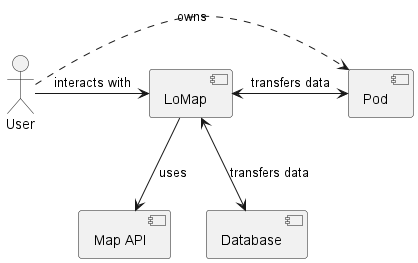
Above: images/level1.png in Arquisoft/lomap_es6b (PlantUML), before the change.
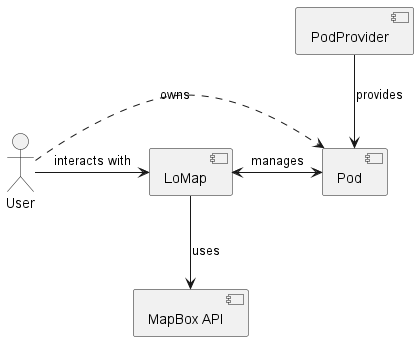
The same diagram one commit later.

Diff of the diagram source:
```diff
@@ -2,17 +2,18 @@
 Actor User
 Component LoMap
 Component Pod
-Component Map as "Map API"
-Component Database
+Component PodProvider
+
+Component MapBox as "MapBox API"
 
 User -right-> LoMap: interacts with
 
 User .right.> Pod: owns
 
-LoMap <-right-> Pod: transfers data
+LoMap <-right-> Pod: manages
 
-LoMap --> Map: uses
+LoMap --> MapBox: uses
 
-LoMap <--> Database: transfers data
+PodProvider --> Pod: provides
 
 @enduml
```
